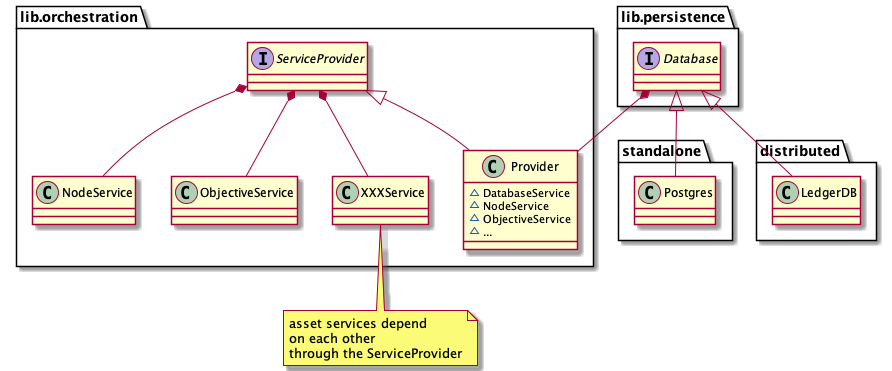
Before: docs/schemas/orchestration.png, a diagram exported from PlantUML (Substra/orchestrator).
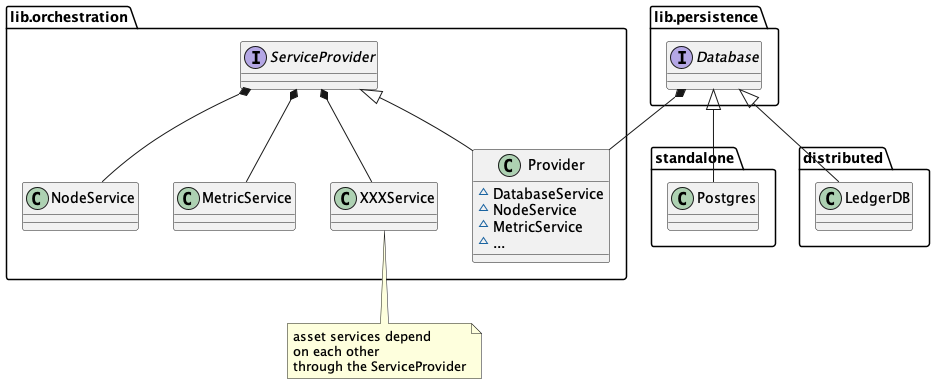
Later version of the same file.

The edit, as a diff of the source:
```diff
@@ -9,13 +9,13 @@
 class lib.orchestration.Provider {
   ~DatabaseService
   ~NodeService
-  ~ObjectiveService
+  ~MetricService
   ~...
 }
 lib.orchestration.ServiceProvider <|-- lib.orchestration.Provider
 
 lib.orchestration.ServiceProvider *-- lib.orchestration.NodeService
-lib.orchestration.ServiceProvider *-- lib.orchestration.ObjectiveService
+lib.orchestration.ServiceProvider *-- lib.orchestration.MetricService
 lib.orchestration.ServiceProvider *-- lib.orchestration.XXXService
 note bottom
 asset services depend
```
